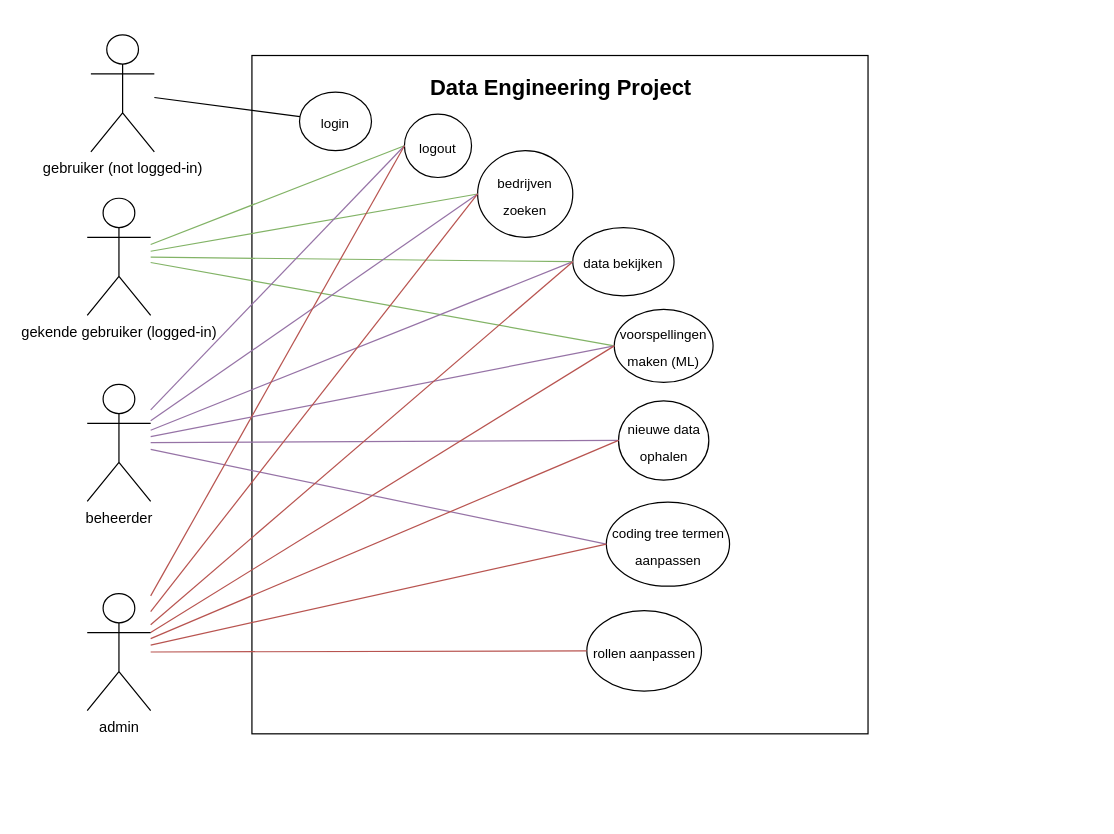
Earlier version of the draw.io diagram Analyse/UCD/UCD - Data Engineering Project 3.drawio (SiebeVCHoGent/DataEngineeringP2). Source tidied: cells renumbered, new cells numbered last; positions are measured from the earlier drawing's top-left corner, leaving out a move shared by most shapes. Both pictures are drawn from the tidied source at 122%, with x=0, y=0 at pixel (87, 34).
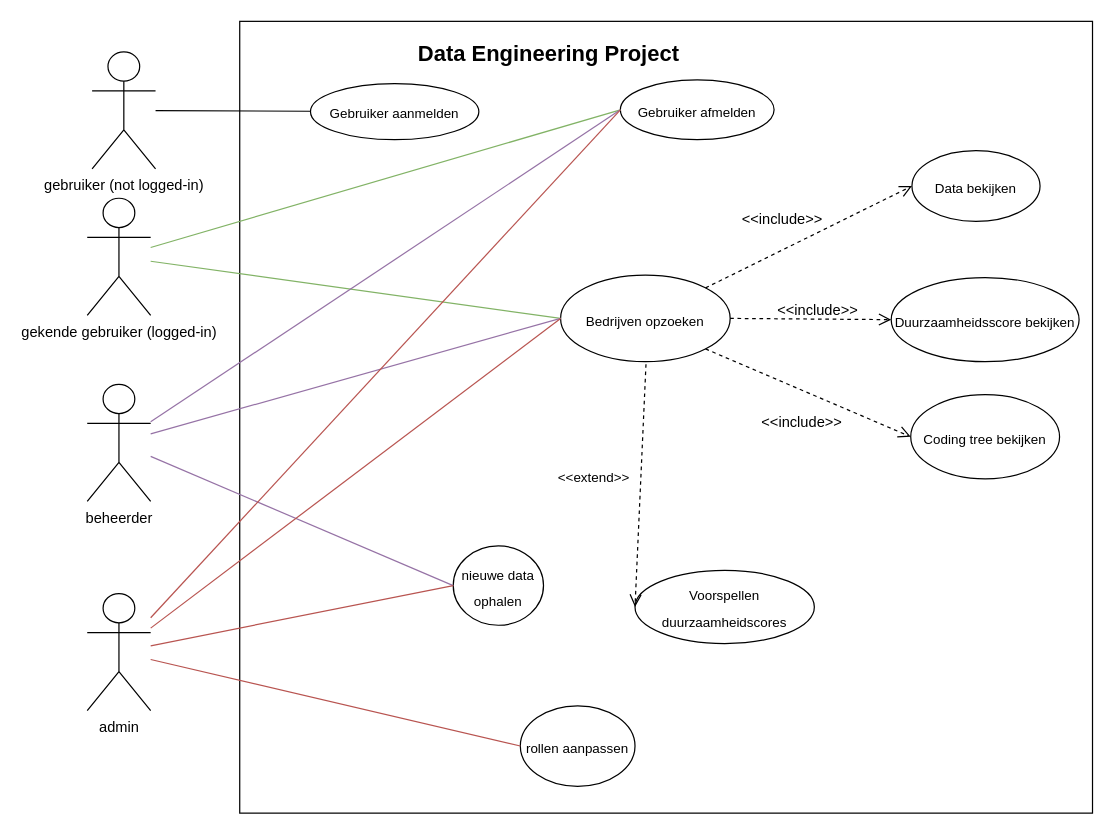
The same diagram, later.

The change refers to these unchanged cells:
```xml
<mxCell id="20" value="gekende gebruiker (logged-in)" style="shape=umlActor;verticalLabelPosition=bottom;verticalAlign=top;html=1;outlineConnect=0;" parent="1" vertex="1">
  <mxGeometry y="134" width="52" height="96" as="geometry" />
</mxCell>
<mxCell id="27" value="beheerder" style="shape=umlActor;verticalLabelPosition=bottom;verticalAlign=top;html=1;outlineConnect=0;" parent="1" vertex="1">
  <mxGeometry y="286.5" width="52" height="96" as="geometry" />
</mxCell>
<mxCell id="35" value="admin" style="shape=umlActor;verticalLabelPosition=bottom;verticalAlign=top;html=1;outlineConnect=0;" parent="1" vertex="1">
  <mxGeometry y="458" width="52" height="96" as="geometry" />
</mxCell>
```

The edit, as a diff of the source:
```diff
@@
     <mxCell id="3" value="gebruiker (not logged-in)" style="shape=umlActor;verticalLabelPosition=bottom;verticalAlign=top;html=1;outlineConnect=0;" parent="1" vertex="1">
-      <mxGeometry x="3" width="52" height="96" as="geometry" />
+      <mxGeometry x="4" y="14" width="52" height="96" as="geometry" />
     </mxCell>
     <mxCell id="4" style="group;fillColor=none;" parent="1" vertex="1">
-      <mxGeometry x="135" y="17" width="505" height="556" as="geometry" />
+      <mxGeometry x="125" y="-11" width="699" height="649" as="geometry" />
     </mxCell>
     <mxCell id="5" style="rounded=0;whiteSpace=wrap;html=1;" parent="4" vertex="1">
-      <mxGeometry width="505" height="556" as="geometry" />
+      <mxGeometry width="699" height="649" as="geometry" />
     </mxCell>
@@
-    <mxCell id="7" value="&lt;font style=&quot;font-size: 11px;&quot;&gt;logout&lt;/font&gt;" style="ellipse;whiteSpace=wrap;html=1;fontSize=18;" parent="4" vertex="1">
-      <mxGeometry x="125" y="48" width="55" height="52" as="geometry" />
+    <mxCell id="7" value="&lt;font style=&quot;font-size: 11px;&quot;&gt;Gebruiker afmelden&lt;/font&gt;" style="ellipse;whiteSpace=wrap;html=1;fontSize=18;" parent="4" vertex="1">
+      <mxGeometry x="312" y="48" width="126" height="49" as="geometry" />
     </mxCell>
-    <mxCell id="8" value="&lt;div style=&quot;&quot;&gt;&lt;span style=&quot;font-size: 11px; background-color: initial;&quot;&gt;bedrijven zoeken&lt;/span&gt;&lt;/div&gt;" style="ellipse;whiteSpace=wrap;html=1;fontSize=18;align=center;" parent="4" vertex="1">
-      <mxGeometry x="185" y="78" width="78" height="71" as="geometry" />
+    <mxCell id="8" value="&lt;div style=&quot;&quot;&gt;&lt;span style=&quot;font-size: 11px; background-color: initial;&quot;&gt;Bedrijven opzoeken&lt;/span&gt;&lt;/div&gt;" style="ellipse;whiteSpace=wrap;html=1;fontSize=18;align=center;" parent="4" vertex="1">
+      <mxGeometry x="263" y="208" width="139" height="71" as="geometry" />
     </mxCell>
-    <mxCell id="9" value="&lt;font style=&quot;font-size: 11px;&quot;&gt;login&lt;/font&gt;" style="ellipse;whiteSpace=wrap;html=1;fontSize=18;" parent="4" vertex="1">
-      <mxGeometry x="39" y="30" width="59" height="48" as="geometry" />
+    <mxCell id="9" value="&lt;span style=&quot;font-size: 11px;&quot;&gt;Gebruiker aanmelden&lt;/span&gt;" style="ellipse;whiteSpace=wrap;html=1;fontSize=18;" parent="4" vertex="1">
+      <mxGeometry x="58" y="51" width="138" height="46" as="geometry" />
     </mxCell>
-    <mxCell id="10" value="&lt;font style=&quot;font-size: 11px;&quot;&gt;data bekijken&lt;/font&gt;" style="ellipse;whiteSpace=wrap;html=1;fontSize=18;" parent="4" vertex="1">
-      <mxGeometry x="263" y="141" width="83" height="56" as="geometry" />
+    <mxCell id="10" value="&lt;font style=&quot;font-size: 11px;&quot;&gt;Data bekijken&lt;br&gt;&lt;/font&gt;" style="ellipse;whiteSpace=wrap;html=1;fontSize=18;" parent="4" vertex="1">
+      <mxGeometry x="551" y="106" width="105" height="58" as="geometry" />
     </mxCell>
-    <mxCell id="11" value="&lt;font style=&quot;font-size: 11px;&quot;&gt;voorspellingen maken (ML)&lt;/font&gt;" style="ellipse;whiteSpace=wrap;html=1;fontSize=18;" parent="4" vertex="1">
-      <mxGeometry x="297" y="208" width="81" height="60" as="geometry" />
+    <mxCell id="11" value="&lt;font style=&quot;font-size: 11px;&quot;&gt;Voorspellen duurzaamheidscores&lt;br&gt;&lt;/font&gt;" style="ellipse;whiteSpace=wrap;html=1;fontSize=18;" parent="4" vertex="1">
+      <mxGeometry x="324" y="450" width="147" height="60" as="geometry" />
     </mxCell>
     <mxCell id="12" value="&lt;font style=&quot;font-size: 11px;&quot;&gt;nieuwe data ophalen&lt;/font&gt;" style="ellipse;whiteSpace=wrap;html=1;fontSize=18;" parent="4" vertex="1">
-      <mxGeometry x="300.5" y="283" width="74" height="65" as="geometry" />
+      <mxGeometry x="175" y="430" width="74" height="65" as="geometry" />
     </mxCell>
     <mxCell id="13" value="&lt;font style=&quot;font-size: 11px;&quot;&gt;rollen aanpassen&lt;/font&gt;" style="ellipse;whiteSpace=wrap;html=1;fontSize=18;" parent="4" vertex="1">
-      <mxGeometry x="274.5" y="455" width="94" height="66" as="geometry" />
+      <mxGeometry x="230" y="561" width="94" height="66" as="geometry" />
     </mxCell>
-    <mxCell id="14" value="&lt;font style=&quot;font-size: 11px;&quot;&gt;coding tree termen aanpassen&lt;/font&gt;" style="ellipse;whiteSpace=wrap;html=1;fontSize=18;" parent="4" vertex="1">
-      <mxGeometry x="290.5" y="366" width="101" height="69" as="geometry" />
+    <mxCell id="14" value="&lt;font style=&quot;font-size: 11px;&quot;&gt;Coding tree bekijken&lt;/font&gt;" style="ellipse;whiteSpace=wrap;html=1;fontSize=18;" parent="4" vertex="1">
+      <mxGeometry x="550" y="306" width="122" height="69" as="geometry" />
     </mxCell>
+    <mxCell id="36" value="&lt;&lt;include&gt;&gt;" style="text;strokeColor=none;fillColor=none;spacingLeft=4;spacingRight=4;overflow=hidden;fontSize=12;" parent="4" vertex="1">
+      <mxGeometry x="406" y="149" width="78" height="30" as="geometry" />
+    </mxCell>
+    <mxCell id="37" value="&lt;&lt;include&gt;&gt;" style="text;strokeColor=none;fillColor=none;spacingLeft=4;spacingRight=4;overflow=hidden;fontSize=12;" parent="4" vertex="1">
+      <mxGeometry x="422" y="315" width="78" height="30" as="geometry" />
+    </mxCell>
+    <mxCell id="38" value="&amp;lt;&amp;lt;extend&amp;gt;&amp;gt;" style="html=1;verticalAlign=bottom;endArrow=open;dashed=1;endSize=8;rounded=0;entryX=0;entryY=0.5;entryDx=0;entryDy=0;" parent="4" edge="1" target="11">
+      <mxGeometry x="0.04" y="-38" relative="1" as="geometry">
+        <mxPoint x="333" y="281" as="sourcePoint" />
+      </mxGeometry>
+    </mxCell>
+    <mxCell id="39" style="html=1;verticalAlign=bottom;endArrow=open;dashed=1;endSize=8;rounded=0;entryX=0;entryY=0.5;entryDx=0;entryDy=0;exitX=1;exitY=1;exitDx=0;exitDy=0;" parent="4" edge="1" source="8" target="14">
+      <mxGeometry x="0.04" y="-38" relative="1" as="geometry" />
+    </mxCell>
+    <mxCell id="40" style="html=1;verticalAlign=bottom;endArrow=open;dashed=1;endSize=8;rounded=0;entryX=0;entryY=0.5;entryDx=0;entryDy=0;exitX=1;exitY=0;exitDx=0;exitDy=0;" parent="4" edge="1" source="8" target="10">
+      <mxGeometry x="0.04" y="-38" relative="1" as="geometry" />
+    </mxCell>
+    <mxCell id="41" value="&lt;&lt;include&gt;&gt;" style="text;strokeColor=none;fillColor=none;spacingLeft=4;spacingRight=4;overflow=hidden;fontSize=12;" parent="4" vertex="1">
+      <mxGeometry x="435" y="223" width="78" height="30" as="geometry" />
+    </mxCell>
+    <mxCell id="42" value="&lt;span style=&quot;font-size: 11px;&quot;&gt;Duurzaamheidsscore bekijken&lt;/span&gt;" style="ellipse;whiteSpace=wrap;html=1;fontSize=18;" parent="4" vertex="1">
+      <mxGeometry x="534" y="210" width="154" height="69" as="geometry" />
+    </mxCell>
+    <mxCell id="43" style="html=1;verticalAlign=bottom;endArrow=open;dashed=1;endSize=8;rounded=0;entryX=0;entryY=0.5;entryDx=0;entryDy=0;exitX=1;exitY=0.5;exitDx=0;exitDy=0;" parent="4" edge="1" source="8" target="42">
+      <mxGeometry x="0.04" y="-38" relative="1" as="geometry" />
+    </mxCell>
@@
-    <mxCell id="18" style="edgeStyle=none;rounded=0;jettySize=auto;html=1;entryX=0;entryY=0.5;entryDx=0;entryDy=0;fontSize=11;endArrow=none;endFill=0;fillColor=#d5e8d4;strokeColor=#82b366;" parent="1" edge="1" source="20" target="10">
-      <mxGeometry relative="1" as="geometry" />
-    </mxCell>
-    <mxCell id="19" style="edgeStyle=none;rounded=0;jettySize=auto;html=1;entryX=0;entryY=0.5;entryDx=0;entryDy=0;fontSize=11;endArrow=none;endFill=0;fillColor=#d5e8d4;strokeColor=#82b366;" parent="1" edge="1" source="20" target="11">
-      <mxGeometry relative="1" as="geometry" />
-    </mxCell>
@@
-    <mxCell id="23" style="edgeStyle=none;rounded=0;jettySize=auto;html=1;entryX=0;entryY=0.5;entryDx=0;entryDy=0;fontSize=11;endArrow=none;endFill=0;fillColor=#e1d5e7;strokeColor=#9673a6;" parent="1" edge="1" source="27" target="10">
-      <mxGeometry relative="1" as="geometry" />
-    </mxCell>
-    <mxCell id="24" style="edgeStyle=none;rounded=0;jettySize=auto;html=1;entryX=0;entryY=0.5;entryDx=0;entryDy=0;fontSize=11;endArrow=none;endFill=0;fillColor=#e1d5e7;strokeColor=#9673a6;" parent="1" edge="1" source="27" target="11">
-      <mxGeometry relative="1" as="geometry" />
-    </mxCell>
@@
-    <mxCell id="26" style="edgeStyle=none;rounded=0;jettySize=auto;html=1;entryX=0;entryY=0.5;entryDx=0;entryDy=0;fontSize=11;endArrow=none;endFill=0;fillColor=#e1d5e7;strokeColor=#9673a6;" parent="1" edge="1" source="27" target="14">
-      <mxGeometry relative="1" as="geometry" />
-    </mxCell>
@@
-    <mxCell id="30" style="edgeStyle=none;rounded=0;jettySize=auto;html=1;entryX=0;entryY=0.5;entryDx=0;entryDy=0;fontSize=11;endArrow=none;endFill=0;fillColor=#f8cecc;strokeColor=#b85450;" parent="1" edge="1" source="35" target="11">
-      <mxGeometry relative="1" as="geometry" />
-    </mxCell>
-    <mxCell id="31" style="edgeStyle=none;rounded=0;jettySize=auto;html=1;entryX=0;entryY=0.5;entryDx=0;entryDy=0;fontSize=11;endArrow=none;endFill=0;fillColor=#f8cecc;strokeColor=#b85450;" parent="1" edge="1" source="35" target="10">
-      <mxGeometry relative="1" as="geometry" />
-    </mxCell>
@@
-    <mxCell id="33" style="edgeStyle=none;rounded=0;jettySize=auto;html=1;entryX=0;entryY=0.5;entryDx=0;entryDy=0;fontSize=11;endArrow=none;endFill=0;fillColor=#f8cecc;strokeColor=#b85450;" parent="1" edge="1" source="35" target="14">
-      <mxGeometry relative="1" as="geometry" />
-    </mxCell>
```
